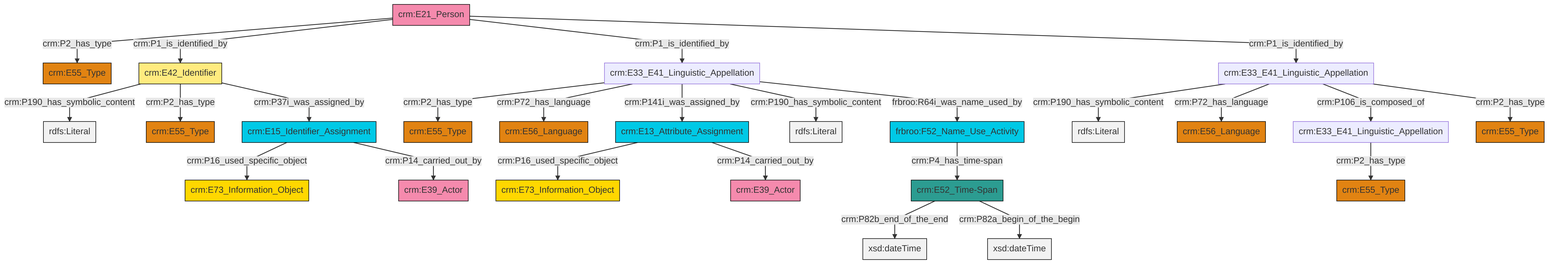
This is et/personCSV/ttl/mmd/png/Person_Names_and_Classification.png from swiss-art-research-net/docs.swissartresearch, a Mermaid export, as it was before one commit. Its source is kept beside it as et/personCSV/ttl/mmd/Person_Names_and_Classification.ttl.mmd.
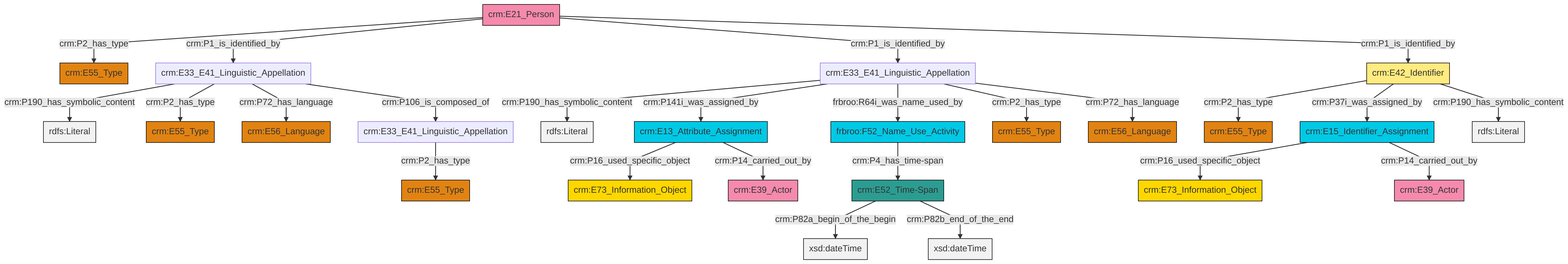
Later version of the same file.

Diff of the diagram source:
```diff
@@ -13,27 +13,27 @@
 classDef PC_Classes fill:#4ce600, stroke:#000000;
 classDef Multi fill:#cccccc,stroke:#000000;
 
-0["crm:E33_E41_Linguistic_Appellation"]:::Default -->|crm:P2_has_type| 1["crm:E55_Type"]:::Type
 2["crm:E33_E41_Linguistic_Appellation"]:::Default -->|crm:P190_has_symbolic_content| 3[rdfs:Literal]:::Literal
-6["crm:E13_Attribute_Assignment"]:::Temporal_Entity -->|crm:P16_used_specific_object| 7["crm:E73_Information_Object"]:::Conceptual_Object
-0["crm:E33_E41_Linguistic_Appellation"]:::Default -->|crm:P72_has_language| 8["crm:E56_Language"]:::Type
+4["crm:E33_E41_Linguistic_Appellation"]:::Default -->|crm:P190_has_symbolic_content| 5[rdfs:Literal]:::Literal
+2["crm:E33_E41_Linguistic_Appellation"]:::Default -->|crm:P2_has_type| 6["crm:E55_Type"]:::Type
+2["crm:E33_E41_Linguistic_Appellation"]:::Default -->|crm:P72_has_language| 7["crm:E56_Language"]:::Type
 11["frbroo:F52_Name_Use_Activity"]:::Temporal_Entity -->|crm:P4_has_time-span| 12["crm:E52_Time-Span"]:::Time-Span
-13["crm:E21_Person"]:::Actor -->|crm:P2_has_type| 14["crm:E55_Type"]:::Type
-19["crm:E42_Identifier"]:::Appellation -->|crm:P190_has_symbolic_content| 20[rdfs:Literal]:::Literal
-13["crm:E21_Person"]:::Actor -->|crm:P1_is_identified_by| 19["crm:E42_Identifier"]:::Appellation
-6["crm:E13_Attribute_Assignment"]:::Temporal_Entity -->|crm:P14_carried_out_by| 22["crm:E39_Actor"]:::Actor
-23["crm:E15_Identifier_Assignment"]:::Temporal_Entity -->|crm:P16_used_specific_object| 24["crm:E73_Information_Object"]:::Conceptual_Object
-26["crm:E33_E41_Linguistic_Appellation"]:::Default -->|crm:P2_has_type| 28["crm:E55_Type"]:::Type
-0["crm:E33_E41_Linguistic_Appellation"]:::Default -->|crm:P141i_was_assigned_by| 6["crm:E13_Attribute_Assignment"]:::Temporal_Entity
-23["crm:E15_Identifier_Assignment"]:::Temporal_Entity -->|crm:P14_carried_out_by| 38["crm:E39_Actor"]:::Actor
-2["crm:E33_E41_Linguistic_Appellation"]:::Default -->|crm:P72_has_language| 34["crm:E56_Language"]:::Type
-19["crm:E42_Identifier"]:::Appellation -->|crm:P2_has_type| 4["crm:E55_Type"]:::Type
-0["crm:E33_E41_Linguistic_Appellation"]:::Default -->|crm:P190_has_symbolic_content| 41[rdfs:Literal]:::Literal
-19["crm:E42_Identifier"]:::Appellation -->|crm:P37i_was_assigned_by| 23["crm:E15_Identifier_Assignment"]:::Temporal_Entity
-0["crm:E33_E41_Linguistic_Appellation"]:::Default -->|frbroo:R64i_was_name_used_by| 11["frbroo:F52_Name_Use_Activity"]:::Temporal_Entity
-2["crm:E33_E41_Linguistic_Appellation"]:::Default -->|crm:P106_is_composed_of| 26["crm:E33_E41_Linguistic_Appellation"]:::Default
-12["crm:E52_Time-Span"]:::Time-Span -->|crm:P82b_end_of_the_end| 43[xsd:dateTime]:::Literal
-2["crm:E33_E41_Linguistic_Appellation"]:::Default -->|crm:P2_has_type| 17["crm:E55_Type"]:::Type
-13["crm:E21_Person"]:::Actor -->|crm:P1_is_identified_by| 0["crm:E33_E41_Linguistic_Appellation"]:::Default
-13["crm:E21_Person"]:::Actor -->|crm:P1_is_identified_by| 2["crm:E33_E41_Linguistic_Appellation"]:::Default
-12["crm:E52_Time-Span"]:::Time-Span -->|crm:P82a_begin_of_the_begin| 46[xsd:dateTime]:::Literal
+16["crm:E15_Identifier_Assignment"]:::Temporal_Entity -->|crm:P16_used_specific_object| 0["crm:E73_Information_Object"]:::Conceptual_Object
+2["crm:E33_E41_Linguistic_Appellation"]:::Default -->|crm:P106_is_composed_of| 23["crm:E33_E41_Linguistic_Appellation"]:::Default
+4["crm:E33_E41_Linguistic_Appellation"]:::Default -->|crm:P141i_was_assigned_by| 24["crm:E13_Attribute_Assignment"]:::Temporal_Entity
+26["crm:E42_Identifier"]:::Appellation -->|crm:P2_has_type| 27["crm:E55_Type"]:::Type
+4["crm:E33_E41_Linguistic_Appellation"]:::Default -->|frbroo:R64i_was_name_used_by| 11["frbroo:F52_Name_Use_Activity"]:::Temporal_Entity
+32["crm:E21_Person"]:::Actor -->|crm:P2_has_type| 13["crm:E55_Type"]:::Type
+16["crm:E15_Identifier_Assignment"]:::Temporal_Entity -->|crm:P14_carried_out_by| 34["crm:E39_Actor"]:::Actor
+32["crm:E21_Person"]:::Actor -->|crm:P1_is_identified_by| 2["crm:E33_E41_Linguistic_Appellation"]:::Default
+23["crm:E33_E41_Linguistic_Appellation"]:::Default -->|crm:P2_has_type| 39["crm:E55_Type"]:::Type
+12["crm:E52_Time-Span"]:::Time-Span -->|crm:P82a_begin_of_the_begin| 40[xsd:dateTime]:::Literal
+24["crm:E13_Attribute_Assignment"]:::Temporal_Entity -->|crm:P16_used_specific_object| 17["crm:E73_Information_Object"]:::Conceptual_Object
+26["crm:E42_Identifier"]:::Appellation -->|crm:P37i_was_assigned_by| 16["crm:E15_Identifier_Assignment"]:::Temporal_Entity
+32["crm:E21_Person"]:::Actor -->|crm:P1_is_identified_by| 4["crm:E33_E41_Linguistic_Appellation"]:::Default
+32["crm:E21_Person"]:::Actor -->|crm:P1_is_identified_by| 26["crm:E42_Identifier"]:::Appellation
+4["crm:E33_E41_Linguistic_Appellation"]:::Default -->|crm:P2_has_type| 19["crm:E55_Type"]:::Type
+4["crm:E33_E41_Linguistic_Appellation"]:::Default -->|crm:P72_has_language| 8["crm:E56_Language"]:::Type
+26["crm:E42_Identifier"]:::Appellation -->|crm:P190_has_symbolic_content| 44[rdfs:Literal]:::Literal
+24["crm:E13_Attribute_Assignment"]:::Temporal_Entity -->|crm:P14_carried_out_by| 29["crm:E39_Actor"]:::Actor
+12["crm:E52_Time-Span"]:::Time-Span -->|crm:P82b_end_of_the_end| 45[xsd:dateTime]:::Literal
```
